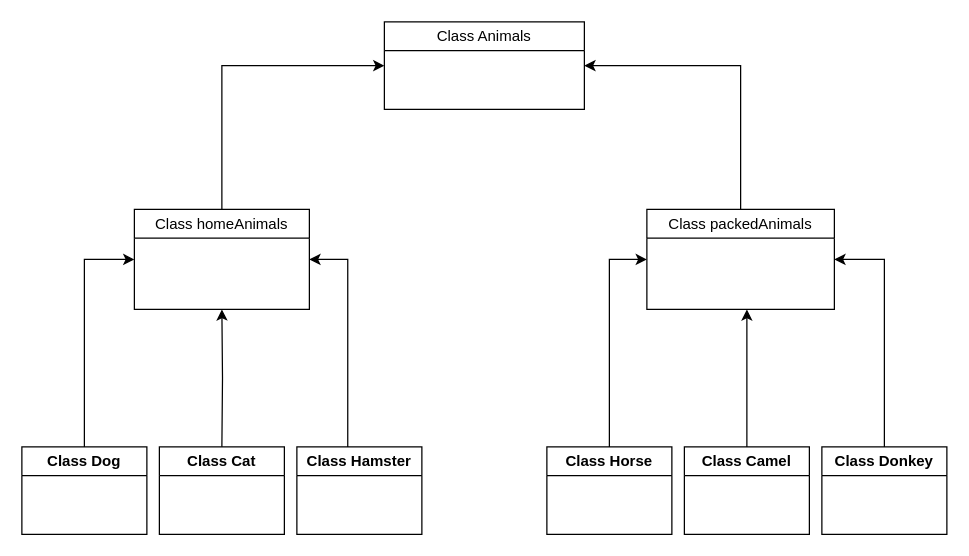
The draw.io diagram Task 6.drawio in TatyanaKorolevaa/Control_work_2_Animals, before the edit. Source tidied: cells renumbered, new cells numbered last; positions are measured from the earlier drawing's top-left corner, leaving out a move shared by most shapes. Both pictures are drawn from the tidied source at 125%, with x=0, y=0 at pixel (21, 21).
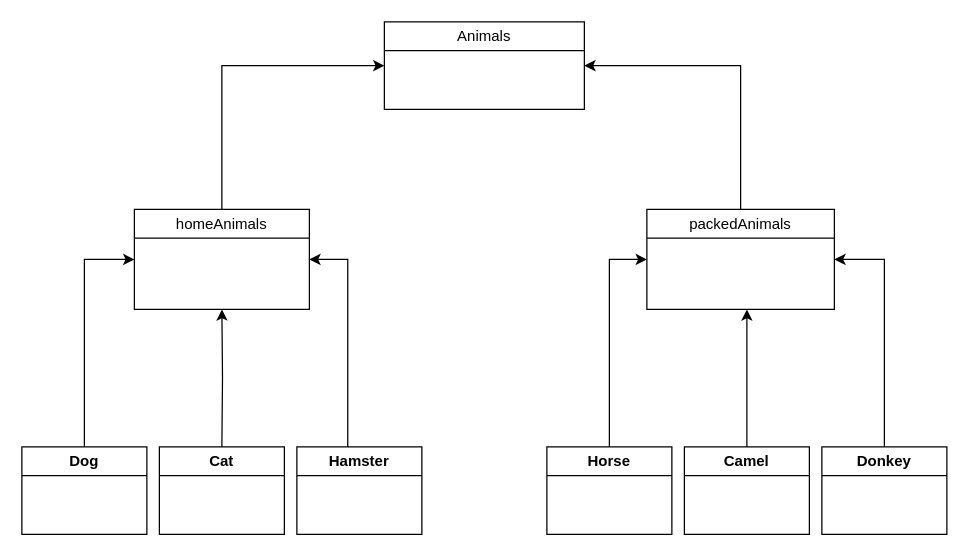
After the change.

The edit, as a diff of the source:
```diff
@@
-    <mxCell id="10" value="&lt;div style=&quot;font-weight: 400; text-align: left;&quot;&gt;&lt;span style=&quot;background-color: initial;&quot;&gt;Class Animals&lt;/span&gt;&lt;/div&gt;" style="swimlane;whiteSpace=wrap;html=1;" parent="1" vertex="1">
+    <mxCell id="10" value="&lt;div style=&quot;font-weight: 400; text-align: left;&quot;&gt;&lt;span style=&quot;background-color: initial;&quot;&gt;Animals&lt;/span&gt;&lt;/div&gt;" style="swimlane;whiteSpace=wrap;html=1;" parent="1" vertex="1">
       <mxGeometry x="290" width="160" height="70" as="geometry" />
     </mxCell>
-    <mxCell id="11" value="&lt;span style=&quot;font-weight: 400;&quot;&gt;Class homeAnimals&lt;/span&gt;" style="swimlane;whiteSpace=wrap;html=1;" parent="1" vertex="1">
+    <mxCell id="11" value="&lt;span style=&quot;font-weight: 400;&quot;&gt;homeAnimals&lt;/span&gt;" style="swimlane;whiteSpace=wrap;html=1;" parent="1" vertex="1">
       <mxGeometry x="90" y="150" width="140" height="80" as="geometry" />
     </mxCell>
-    <mxCell id="12" value="&lt;span style=&quot;font-weight: 400;&quot;&gt;Class packedAnimals&lt;/span&gt;" style="swimlane;whiteSpace=wrap;html=1;" parent="1" vertex="1">
+    <mxCell id="12" value="&lt;span style=&quot;font-weight: 400;&quot;&gt;packedAnimals&lt;/span&gt;" style="swimlane;whiteSpace=wrap;html=1;" parent="1" vertex="1">
       <mxGeometry x="500" y="150" width="150" height="80" as="geometry" />
     </mxCell>
-    <mxCell id="13" value="Class Dog" style="swimlane;whiteSpace=wrap;html=1;" parent="1" vertex="1">
+    <mxCell id="13" value="Dog" style="swimlane;whiteSpace=wrap;html=1;" parent="1" vertex="1">
       <mxGeometry y="340" width="100" height="70" as="geometry" />
     </mxCell>
-    <mxCell id="14" value="Class Cat" style="swimlane;whiteSpace=wrap;html=1;" parent="1" vertex="1">
+    <mxCell id="14" value="Cat" style="swimlane;whiteSpace=wrap;html=1;" parent="1" vertex="1">
       <mxGeometry x="110" y="340" width="100" height="70" as="geometry" />
     </mxCell>
-    <mxCell id="15" value="Class Hamster" style="swimlane;whiteSpace=wrap;html=1;startSize=23;" parent="1" vertex="1">
+    <mxCell id="15" value="Hamster" style="swimlane;whiteSpace=wrap;html=1;startSize=23;" parent="1" vertex="1">
       <mxGeometry x="220" y="340" width="100" height="70" as="geometry" />
     </mxCell>
-    <mxCell id="16" value="Class Horse" style="swimlane;whiteSpace=wrap;html=1;" parent="1" vertex="1">
+    <mxCell id="16" value="Horse" style="swimlane;whiteSpace=wrap;html=1;" parent="1" vertex="1">
       <mxGeometry x="420" y="340" width="100" height="70" as="geometry" />
     </mxCell>
-    <mxCell id="17" value="Class Camel" style="swimlane;whiteSpace=wrap;html=1;" parent="1" vertex="1">
+    <mxCell id="17" value="Camel" style="swimlane;whiteSpace=wrap;html=1;startSize=23;" parent="1" vertex="1">
       <mxGeometry x="530" y="340" width="100" height="70" as="geometry" />
     </mxCell>
-    <mxCell id="18" value="Class Donkey" style="swimlane;whiteSpace=wrap;html=1;" parent="1" vertex="1">
+    <mxCell id="18" value="Donkey" style="swimlane;whiteSpace=wrap;html=1;" parent="1" vertex="1">
       <mxGeometry x="640" y="340" width="100" height="70" as="geometry" />
     </mxCell>
```
